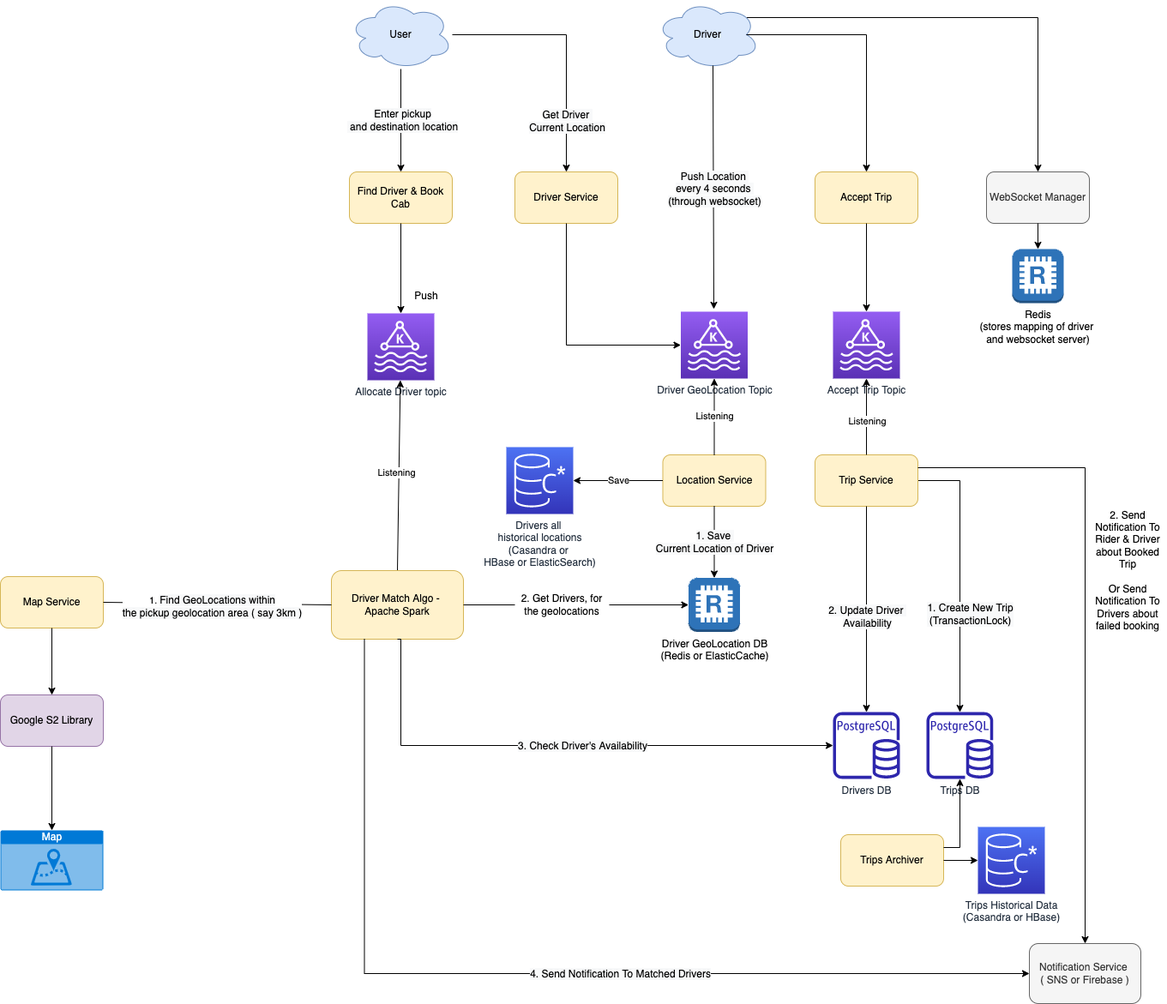
Before: 0_HLDUseCasesProblems/DriverAllocationUberGoJek/DriverAllocation.drawio.png, a diagram exported from draw.io (Anshul619/HLD-System-Designs). Source tidied: cells renumbered, new cells last; positions are measured from the earlier drawing's top-left corner, leaving out a move shared by most shapes.
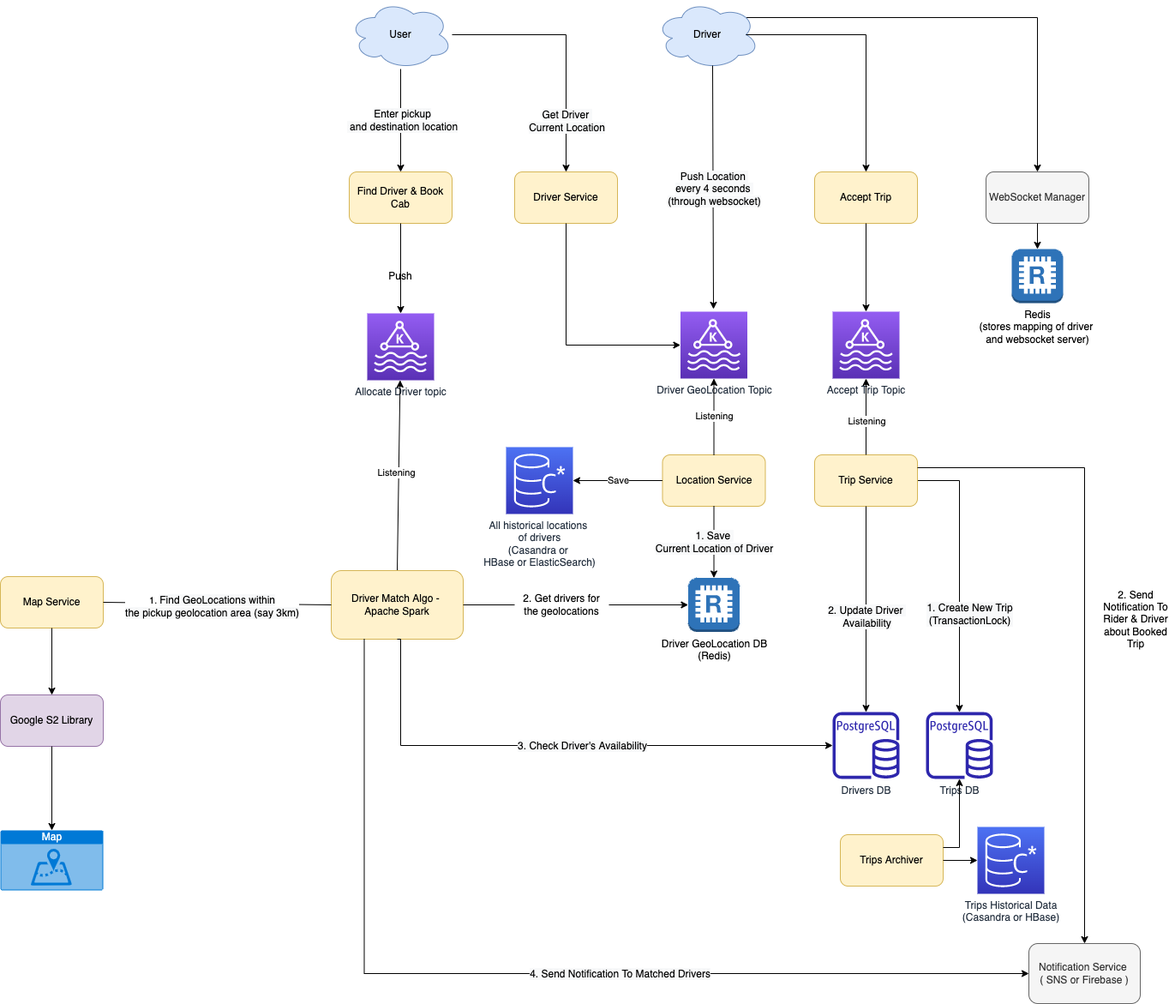
After the change.

What changed in the source:
```diff
@@ -113,8 +113,8 @@
     <mxCell id="34" style="endArrow=classic;html=1;rounded=0;exitX=1;exitY=0.25;exitDx=0;exitDy=0;edgeStyle=orthogonalEdgeStyle;entryX=0.5;entryY=0;entryDx=0;entryDy=0;" parent="1" edge="1" source="26" target="36">
       <mxGeometry relative="1" as="geometry" />
     </mxCell>
-    <mxCell id="35" value="2. Send Notification To Rider &amp;amp; Driver about Booked Trip&lt;br&gt;&lt;br&gt;Or Send Notification To Drivers about failed booking" style="text;html=1;strokeColor=none;fillColor=none;align=center;verticalAlign=middle;whiteSpace=wrap;rounded=0;" parent="1" vertex="1">
-      <mxGeometry x="1270" y="650" width="90" height="30" as="geometry" />
+    <mxCell id="35" value="2. Send Notification To Rider &amp;amp; Driver about Booked Trip" style="text;html=1;strokeColor=none;fillColor=none;align=center;verticalAlign=middle;whiteSpace=wrap;rounded=0;" parent="1" vertex="1">
+      <mxGeometry x="1280" y="706.5" width="90" height="30" as="geometry" />
     </mxCell>
     <mxCell id="36" value="&lt;div&gt;Notification Service &lt;br&gt;&lt;/div&gt;&lt;div&gt;( SNS or Firebase )&lt;/div&gt;" style="rounded=1;whiteSpace=wrap;html=1;fillColor=#f5f5f5;strokeColor=#666666;fontColor=#333333;" parent="1" vertex="1">
       <mxGeometry x="1200" y="1100" width="130" height="70" as="geometry" />
@@ -126,7 +126,7 @@
       <mxGeometry x="0.18" relative="1" as="geometry" />
     </mxCell>
     <mxCell id="39" value="Push" style="text;html=1;strokeColor=none;fillColor=none;align=center;verticalAlign=middle;whiteSpace=wrap;rounded=0;" parent="1" vertex="1">
-      <mxGeometry x="467" y="330" width="60" height="30" as="geometry" />
+      <mxGeometry x="437" y="306.5" width="60" height="30" as="geometry" />
     </mxCell>
     <mxCell id="40" value="Google S2 Library" style="rounded=1;whiteSpace=wrap;html=1;fillColor=#e1d5e7;strokeColor=#9673a6;" parent="1" vertex="1">
       <mxGeometry y="810" width="120" height="60" as="geometry" />
@@ -146,7 +146,7 @@
     <mxCell id="45" style="endArrow=none;html=1;rounded=0;exitX=0;exitY=0.5;exitDx=0;exitDy=0;entryX=1;entryY=0.5;entryDx=0;entryDy=0;" parent="1" edge="1" source="10" target="44">
       <mxGeometry relative="1" as="geometry" />
     </mxCell>
-    <mxCell id="46" value="1.&amp;nbsp;&lt;span style=&quot;font-size: 12px; background-color: rgb(248, 249, 250);&quot;&gt;Find GeoLocations within&lt;/span&gt;&lt;br style=&quot;font-size: 12px; background-color: rgb(248, 249, 250);&quot;&gt;&lt;span style=&quot;font-size: 12px; background-color: rgb(248, 249, 250);&quot;&gt;the pickup geolocation area ( say 3km )&lt;/span&gt;" style="edgeLabel;html=1;align=center;verticalAlign=middle;" parent="45" vertex="1">
+    <mxCell id="46" value="1.&amp;nbsp;&lt;span style=&quot;font-size: 12px; background-color: rgb(248, 249, 250);&quot;&gt;Find GeoLocations within&lt;/span&gt;&lt;br style=&quot;font-size: 12px; background-color: rgb(248, 249, 250);&quot;&gt;&lt;span style=&quot;font-size: 12px; background-color: rgb(248, 249, 250);&quot;&gt;the pickup geolocation area (say 3km)&lt;/span&gt;" style="edgeLabel;html=1;align=center;verticalAlign=middle;" parent="45" vertex="1">
       <mxGeometry x="0.05" y="3" relative="1" as="geometry" />
     </mxCell>
     <mxCell id="47" style="endArrow=classic;html=1;rounded=0;entryX=0.5;entryY=0;entryDx=0;entryDy=0;" parent="1" edge="1" source="44" target="40">
@@ -161,7 +161,7 @@
     <mxCell id="50" style="endArrow=classic;html=1;rounded=0;exitX=0.5;exitY=1;exitDx=0;exitDy=0;entryX=0.5;entryY=0;entryDx=0;entryDy=0;entryPerimeter=0;" parent="1" edge="1" source="43" target="48">
       <mxGeometry relative="1" as="geometry" />
     </mxCell>
-    <mxCell id="51" value="2. Get Drivers, for the geolocations" style="text;html=1;strokeColor=none;fillColor=none;align=center;verticalAlign=middle;whiteSpace=wrap;rounded=0;" parent="1" vertex="1">
+    <mxCell id="51" value="2. Get drivers for the geolocations" style="text;html=1;strokeColor=none;fillColor=none;align=center;verticalAlign=middle;whiteSpace=wrap;rounded=0;" parent="1" vertex="1">
       <mxGeometry x="600" y="690" width="110" height="30" as="geometry" />
     </mxCell>
     <mxCell id="52" style="endArrow=none;html=1;rounded=0;exitX=1;exitY=0.5;exitDx=0;exitDy=0;edgeStyle=orthogonalEdgeStyle;" parent="1" edge="1" source="10" target="51">
@@ -179,7 +179,7 @@
     <mxCell id="56" style="endArrow=classic;html=1;rounded=0;exitX=1;exitY=0.5;exitDx=0;exitDy=0;" parent="1" edge="1" source="54" target="53">
       <mxGeometry relative="1" as="geometry" />
     </mxCell>
-    <mxCell id="57" value="Drivers all &lt;br&gt;historical locations&lt;br&gt;(Casandra or &lt;br&gt;HBase or ElasticSearch)" style="sketch=0;points=[[0,0,0],[0.25,0,0],[0.5,0,0],[0.75,0,0],[1,0,0],[0,1,0],[0.25,1,0],[0.5,1,0],[0.75,1,0],[1,1,0],[0,0.25,0],[0,0.5,0],[0,0.75,0],[1,0.25,0],[1,0.5,0],[1,0.75,0]];outlineConnect=0;fontColor=#232F3E;gradientColor=#4D72F3;gradientDirection=north;fillColor=#3334B9;strokeColor=#ffffff;dashed=0;verticalLabelPosition=bottom;verticalAlign=top;align=center;html=1;fontSize=12;fontStyle=0;shape=mxgraph.aws4.resourceIcon;resIcon=mxgraph.aws4.keyspaces;" parent="1" vertex="1">
+    <mxCell id="57" value="All historical locations &lt;br&gt;of drivers&lt;br&gt;(Casandra or &lt;br&gt;HBase or ElasticSearch)" style="sketch=0;points=[[0,0,0],[0.25,0,0],[0.5,0,0],[0.75,0,0],[1,0,0],[0,1,0],[0.25,1,0],[0.5,1,0],[0.75,1,0],[1,1,0],[0,0.25,0],[0,0.5,0],[0,0.75,0],[1,0.25,0],[1,0.5,0],[1,0.75,0]];outlineConnect=0;fontColor=#232F3E;gradientColor=#4D72F3;gradientDirection=north;fillColor=#3334B9;strokeColor=#ffffff;dashed=0;verticalLabelPosition=bottom;verticalAlign=top;align=center;html=1;fontSize=12;fontStyle=0;shape=mxgraph.aws4.resourceIcon;resIcon=mxgraph.aws4.keyspaces;" parent="1" vertex="1">
       <mxGeometry x="590" y="521" width="78" height="78" as="geometry" />
     </mxCell>
     <mxCell id="58" value="Save" style="endArrow=classic;html=1;rounded=0;exitX=0;exitY=0.5;exitDx=0;exitDy=0;entryX=1;entryY=0.5;entryDx=0;entryDy=0;entryPerimeter=0;" parent="1" edge="1" source="18" target="57">
@@ -197,7 +197,7 @@
     <mxCell id="62" value="&lt;span style=&quot;font-size: 12px; background-color: rgb(248, 249, 250);&quot;&gt;Get Driver &lt;br&gt;Current Location&lt;/span&gt;" style="edgeLabel;html=1;align=center;verticalAlign=middle;" parent="1" vertex="1">
       <mxGeometry x="660" y="140" as="geometry" />
     </mxCell>
-    <mxCell id="63" value="Driver GeoLocation DB&lt;br&gt;&lt;div&gt;(Redis or ElasticCache)&lt;br&gt;&lt;/div&gt;" style="outlineConnect=0;dashed=0;verticalLabelPosition=bottom;verticalAlign=top;align=center;html=1;shape=mxgraph.aws3.redis;fillColor=#2E73B8;gradientColor=none;" parent="1" vertex="1">
+    <mxCell id="63" value="Driver GeoLocation DB&lt;br&gt;&lt;div&gt;(Redis)&lt;/div&gt;" style="outlineConnect=0;dashed=0;verticalLabelPosition=bottom;verticalAlign=top;align=center;html=1;shape=mxgraph.aws3.redis;fillColor=#2E73B8;gradientColor=none;" parent="1" vertex="1">
       <mxGeometry x="802.5" y="673.5" width="60" height="63" as="geometry" />
     </mxCell>
     <mxCell id="64" value="Map" style="html=1;strokeColor=none;fillColor=#0079D6;labelPosition=center;verticalLabelPosition=middle;verticalAlign=top;align=center;fontSize=12;outlineConnect=0;spacingTop=-6;fontColor=#FFFFFF;sketch=0;shape=mxgraph.sitemap.map;" parent="1" vertex="1">
```
